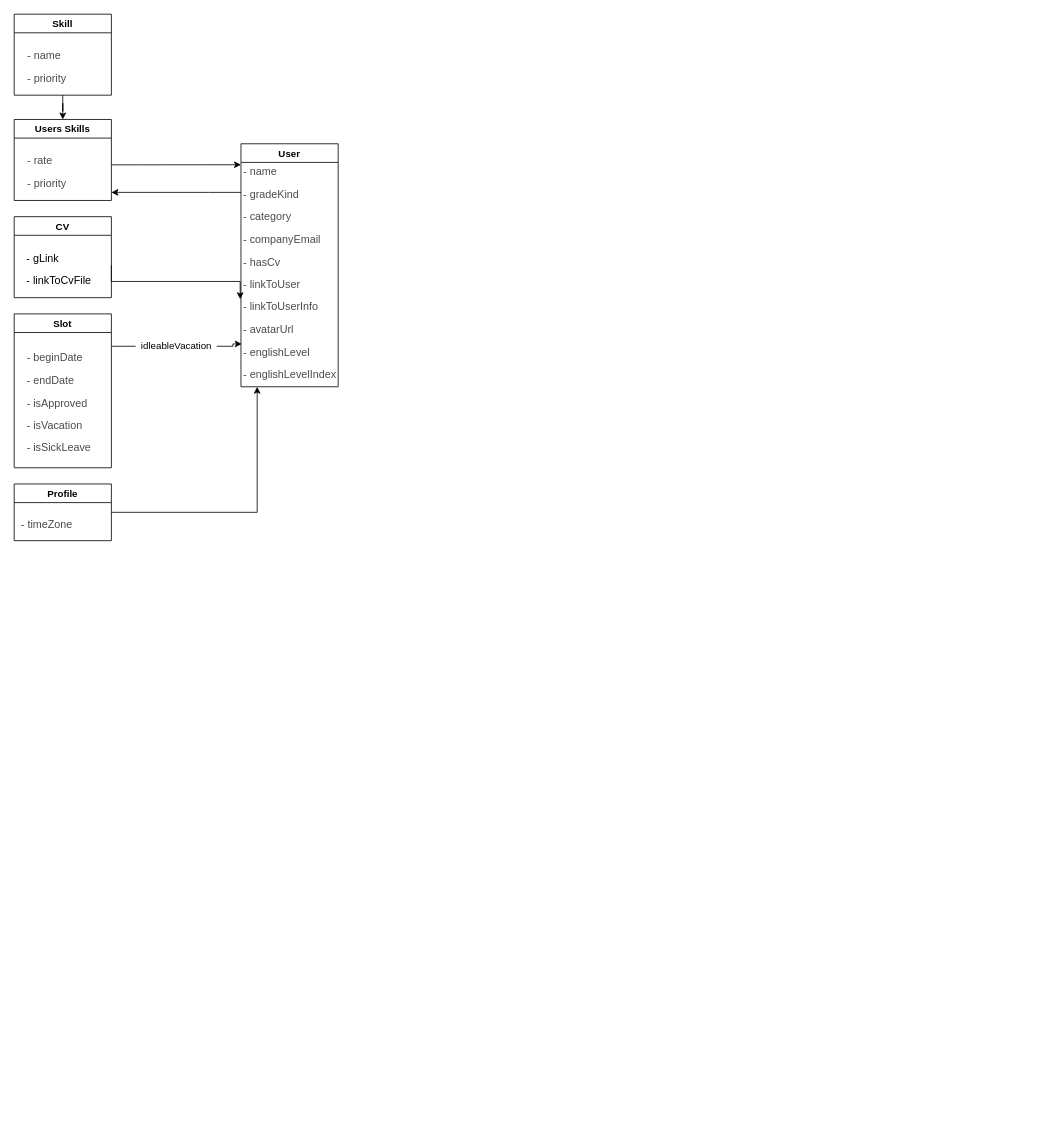
Before: idles/Untitled Diagram.drawio in Nats92/diagrams, a draw.io diagram. Source tidied: cells renumbered, new cells numbered last; positions are measured from the earlier drawing's top-left corner, leaving out a move shared by most shapes. Both pictures are drawn from the tidied source at 81%, with x=0, y=0 at pixel (14, 14).
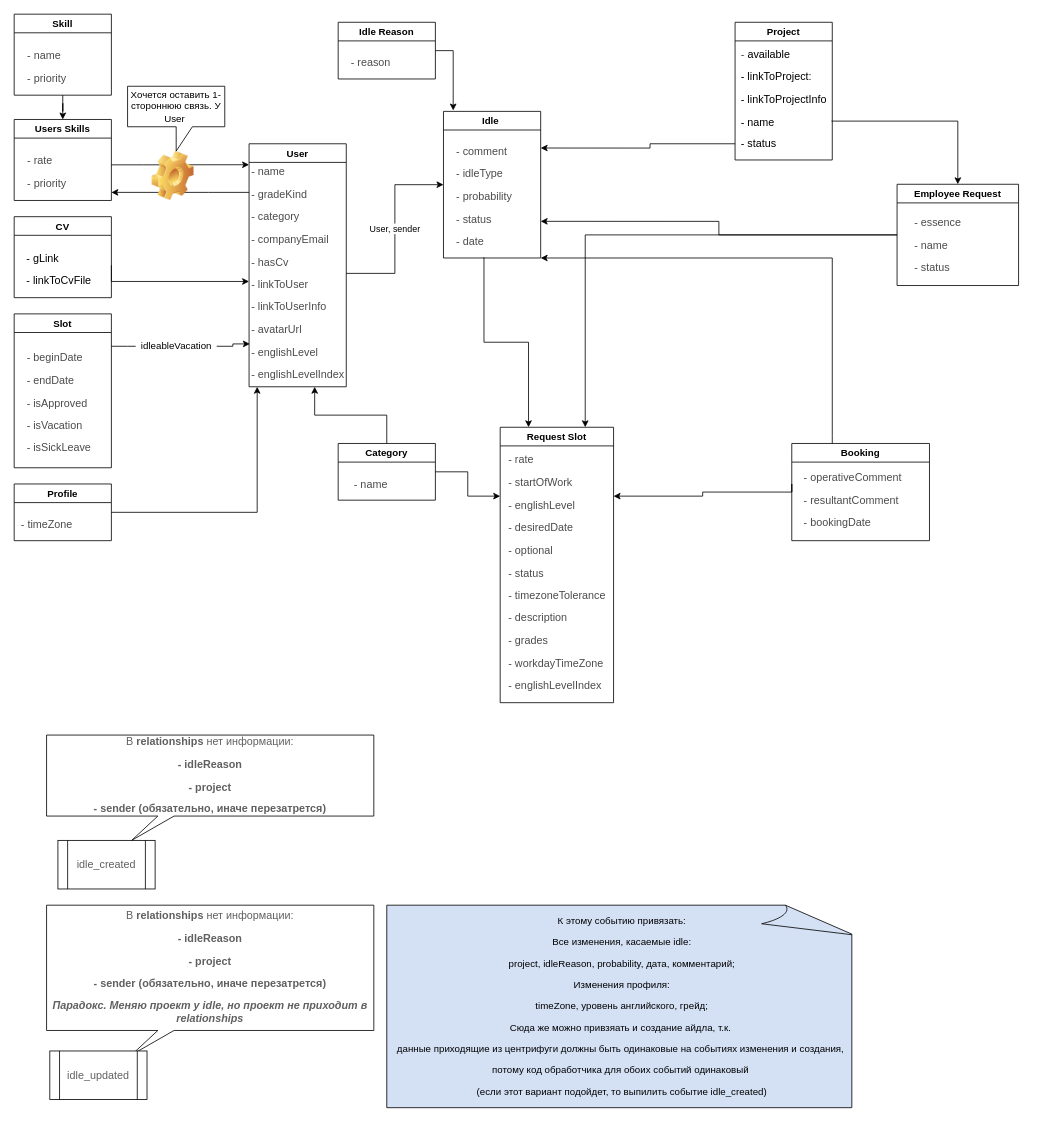
The same diagram, later.

Unchanged cells that the change refers to:
```xml
<mxCell id="20" value="&lt;p style=&quot;text-align: left;&quot;&gt;&lt;span style=&quot;font-family: noto_regular; color: rgb(75, 75, 75); font-size: 10pt;&quot;&gt;- name&lt;/span&gt;&lt;/p&gt;&lt;p style=&quot;text-align: left;&quot;&gt;&lt;span style=&quot;font-family: noto_regular; color: rgb(75, 75, 75); font-size: 10pt;&quot;&gt;- gradeKind&lt;/span&gt;&lt;/p&gt;&lt;p style=&quot;text-align: left;&quot;&gt;&lt;span style=&quot;font-family: noto_regular; color: rgb(75, 75, 75); font-size: 10pt;&quot;&gt;- category&lt;/span&gt;&lt;/p&gt;&lt;p style=&quot;text-align: left;&quot;&gt;&lt;span style=&quot;font-family: noto_regular; color: rgb(75, 75, 75); font-size: 10pt;&quot;&gt;- companyEmail&lt;/span&gt;&lt;/p&gt;&lt;p style=&quot;text-align: left;&quot;&gt;&lt;span style=&quot;font-family: noto_regular; color: rgb(75, 75, 75); font-size: 10pt;&quot;&gt;- hasCv&lt;/span&gt;&lt;/p&gt;&lt;p style=&quot;text-align: left;&quot;&gt;&lt;span style=&quot;font-family: noto_regular; color: rgb(75, 75, 75); font-size: 10pt;&quot;&gt;- linkToUser&lt;/span&gt;&lt;/p&gt;&lt;p style=&quot;text-align: left;&quot;&gt;&lt;span style=&quot;font-family: noto_regular; color: rgb(75, 75, 75); font-size: 10pt;&quot;&gt;- linkToUserInfo&lt;/span&gt;&lt;/p&gt;&lt;p style=&quot;text-align: left;&quot;&gt;&lt;span style=&quot;font-family: noto_regular; color: rgb(75, 75, 75); font-size: 10pt;&quot;&gt;- avatarUrl&lt;/span&gt;&lt;/p&gt;&lt;p style=&quot;text-align: left;&quot;&gt;&lt;span style=&quot;font-family: noto_regular; color: rgb(75, 75, 75); font-size: 10pt;&quot;&gt;- englishLevel&lt;/span&gt;&lt;/p&gt;&lt;p style=&quot;text-align: left;&quot;&gt;&lt;span style=&quot;font-family: noto_regular; color: rgb(75, 75, 75); font-size: 10pt;&quot;&gt;- englishLevelIndex&lt;/span&gt;&lt;/p&gt;" style="text;html=1;align=center;verticalAlign=middle;points=[];strokeColor=none;fillColor=none;" parent="18" vertex="1">
  <mxGeometry y="20" width="120" height="280" as="geometry" />
</mxCell>
```

What changed in the source:
```diff
@@
-    <mxCell id="17" style="edgeStyle=orthogonalEdgeStyle;rounded=0;jettySize=auto;html=1;entryX=-0.008;entryY=0.614;entryDx=0;entryDy=0;entryPerimeter=0;" parent="1" edge="1" target="20">
+    <mxCell id="17" style="edgeStyle=orthogonalEdgeStyle;rounded=0;jettySize=auto;html=1;" parent="1" edge="1" target="20">
       <mxGeometry relative="1" as="geometry">
         <mxPoint x="120" y="310" as="sourcePoint" />
         <Array as="points">
           <mxPoint x="120" y="330" />
-          <mxPoint x="279" y="330" />
         </Array>
       </mxGeometry>
     </mxCell>
     <mxCell id="18" style="group;" parent="1" vertex="1">
-      <mxGeometry x="280" y="160" width="120" height="300" as="geometry" />
+      <mxGeometry x="290" y="160" width="120" height="300" as="geometry" />
     </mxCell>
@@
+    <mxCell id="23" style="shape=image;html=1;verticalLabelPosition=bottom;verticalAlign=top;imageAspect=1;image=img/clipart/Gear_128x128.png;" parent="1" vertex="1">
+      <mxGeometry x="170" y="169" width="52" height="61" as="geometry" />
+    </mxCell>
+    <mxCell id="24" value="&lt;span style=&quot;&quot;&gt;Хочется оставить 1-стороннюю связь. У User&amp;nbsp;&lt;/span&gt;" style="shape=callout;whiteSpace=wrap;html=1;perimeter=calloutPerimeter;" parent="1" vertex="1">
+      <mxGeometry x="140" y="89" width="120" height="80" as="geometry" />
+    </mxCell>
+    <mxCell id="25" style="edgeStyle=orthogonalEdgeStyle;rounded=0;jettySize=auto;html=1;entryX=0.1;entryY=-0.006;entryDx=0;entryDy=0;entryPerimeter=0;" parent="1" edge="1" source="26" target="32">
+      <mxGeometry relative="1" as="geometry" />
+    </mxCell>
+    <mxCell id="26" value="Idle Reason" style="swimlane;" parent="1" vertex="1">
+      <mxGeometry x="400" y="10" width="120" height="70" as="geometry" />
+    </mxCell>
+    <mxCell id="27" value="&lt;p style=&quot;text-align: left;&quot;&gt;&lt;font face=&quot;noto_regular&quot; color=&quot;#4b4b4b&quot;&gt;&lt;span style=&quot;font-size: 13.3333px;&quot;&gt;- reason&lt;/span&gt;&lt;/font&gt;&lt;/p&gt;" style="text;html=1;align=center;verticalAlign=middle;strokeColor=none;fillColor=none;" parent="26" vertex="1">
+      <mxGeometry x="10" y="30" width="60" height="40" as="geometry" />
+    </mxCell>
+    <mxCell id="28" style="edgeStyle=orthogonalEdgeStyle;rounded=0;jettySize=auto;html=1;entryX=0.675;entryY=1;entryDx=0;entryDy=0;entryPerimeter=0;" parent="1" edge="1" source="30" target="20">
+      <mxGeometry relative="1" as="geometry" />
+    </mxCell>
+    <mxCell id="29" style="edgeStyle=orthogonalEdgeStyle;rounded=0;jettySize=auto;html=1;entryX=0;entryY=0.25;entryDx=0;entryDy=0;" parent="1" edge="1" source="30" target="35">
+      <mxGeometry relative="1" as="geometry" />
+    </mxCell>
+    <mxCell id="30" value="Category" style="swimlane;" parent="1" vertex="1">
+      <mxGeometry x="400" y="530" width="120" height="70" as="geometry" />
+    </mxCell>
+    <mxCell id="31" value="&lt;p style=&quot;text-align: left;&quot;&gt;&lt;font face=&quot;noto_regular&quot; color=&quot;#4b4b4b&quot;&gt;&lt;span style=&quot;font-size: 13.3333px;&quot;&gt;- name&lt;/span&gt;&lt;/font&gt;&lt;/p&gt;" style="text;html=1;align=center;verticalAlign=middle;strokeColor=none;fillColor=none;" parent="30" vertex="1">
+      <mxGeometry x="15" y="30" width="50" height="40" as="geometry" />
+    </mxCell>
+    <mxCell id="32" value="Idle " style="swimlane;" parent="1" vertex="1">
+      <mxGeometry x="530" y="120" width="120" height="181" as="geometry" />
+    </mxCell>
+    <mxCell id="33" value="&lt;p style=&quot;text-align: left;&quot;&gt;&lt;span style=&quot;font-family: noto_regular; color: rgb(75, 75, 75); font-size: 10pt;&quot;&gt;- comment&lt;/span&gt;&lt;/p&gt;&lt;p style=&quot;text-align: left;&quot;&gt;&lt;span style=&quot;font-family: noto_regular; color: rgb(75, 75, 75); font-size: 10pt;&quot;&gt;- idleType&lt;/span&gt;&lt;/p&gt;&lt;p style=&quot;text-align: left;&quot;&gt;&lt;span style=&quot;font-family: noto_regular; color: rgb(75, 75, 75); font-size: 10pt;&quot;&gt;- probability&lt;/span&gt;&lt;/p&gt;&lt;p style=&quot;text-align: left;&quot;&gt;&lt;span style=&quot;font-family: noto_regular; color: rgb(75, 75, 75); font-size: 10pt;&quot;&gt;- status&lt;/span&gt;&lt;/p&gt;&lt;p style=&quot;text-align: left;&quot;&gt;&lt;span style=&quot;font-family: noto_regular; color: rgb(75, 75, 75); font-size: 10pt;&quot;&gt;- date&lt;/span&gt;&lt;/p&gt;" style="text;html=1;align=center;verticalAlign=middle;points=[];strokeColor=none;fillColor=none;" parent="32" vertex="1">
+      <mxGeometry x="10" y="30" width="80" height="150" as="geometry" />
+    </mxCell>
+    <mxCell id="34" value="User, sender" style="edgeStyle=orthogonalEdgeStyle;rounded=0;jettySize=auto;html=1;entryX=0;entryY=0.5;entryDx=0;entryDy=0;" parent="1" edge="1" source="20" target="32">
+      <mxGeometry relative="1" as="geometry" />
+    </mxCell>
+    <mxCell id="35" value="Request Slot" style="swimlane;" parent="1" vertex="1">
+      <mxGeometry x="600" y="510" width="140" height="340" as="geometry" />
+    </mxCell>
+    <mxCell id="36" value="&lt;p style=&quot;text-align: left;&quot;&gt;&lt;span style=&quot;font-family: noto_regular; color: rgb(75, 75, 75); font-size: 10pt;&quot;&gt;- rate &lt;/span&gt;&lt;/p&gt;&lt;p style=&quot;text-align: left;&quot;&gt;&lt;span style=&quot;font-family: noto_regular; color: rgb(75, 75, 75); font-size: 10pt;&quot;&gt;- startOfWork&lt;/span&gt;&lt;/p&gt;&lt;p style=&quot;text-align: left;&quot;&gt;&lt;span style=&quot;font-family: noto_regular; color: rgb(75, 75, 75); font-size: 10pt;&quot;&gt;- englishLevel &lt;/span&gt;&lt;/p&gt;&lt;p style=&quot;text-align: left;&quot;&gt;&lt;span style=&quot;font-family: noto_regular; color: rgb(75, 75, 75); font-size: 10pt;&quot;&gt;- desiredDate &lt;/span&gt;&lt;/p&gt;&lt;p style=&quot;text-align: left;&quot;&gt;&lt;span style=&quot;font-family: noto_regular; color: rgb(75, 75, 75); font-size: 10pt;&quot;&gt;- optional&lt;/span&gt;&lt;/p&gt;&lt;p style=&quot;text-align: left;&quot;&gt;&lt;span style=&quot;font-family: noto_regular; color: rgb(75, 75, 75); font-size: 10pt;&quot;&gt;- status &lt;/span&gt;&lt;/p&gt;&lt;p style=&quot;text-align: left;&quot;&gt;&lt;span style=&quot;font-family: noto_regular; color: rgb(75, 75, 75); font-size: 10pt;&quot;&gt;- timezoneTolerance&lt;/span&gt;&lt;/p&gt;&lt;p style=&quot;text-align: left;&quot;&gt;&lt;span style=&quot;font-family: noto_regular; color: rgb(75, 75, 75); font-size: 10pt;&quot;&gt;- description&lt;/span&gt;&lt;/p&gt;&lt;p style=&quot;text-align: left;&quot;&gt;&lt;span style=&quot;font-family: noto_regular; color: rgb(75, 75, 75); font-size: 10pt;&quot;&gt;- grades &lt;/span&gt;&lt;/p&gt;&lt;p style=&quot;text-align: left;&quot;&gt;&lt;span style=&quot;font-family: noto_regular; color: rgb(75, 75, 75); font-size: 10pt;&quot;&gt;- workdayTimeZone &lt;/span&gt;&lt;/p&gt;&lt;p style=&quot;text-align: left;&quot;&gt;&lt;span style=&quot;font-family: noto_regular; color: rgb(75, 75, 75); font-size: 10pt;&quot;&gt;- englishLevelIndex&lt;/span&gt;&lt;/p&gt;" style="text;html=1;align=center;verticalAlign=middle;strokeColor=none;fillColor=none;" parent="35" vertex="1">
+      <mxGeometry x="10" y="30" width="120" height="300" as="geometry" />
+    </mxCell>
+    <mxCell id="37" style="edgeStyle=orthogonalEdgeStyle;rounded=0;jettySize=auto;html=1;entryX=0.25;entryY=0;entryDx=0;entryDy=0;" parent="1" edge="1" source="33" target="35">
+      <mxGeometry relative="1" as="geometry" />
+    </mxCell>
+    <mxCell id="38" value="Project" style="swimlane;startSize=23;" parent="1" vertex="1">
+      <mxGeometry x="890" y="10" width="120" height="170" as="geometry" />
+    </mxCell>
+    <mxCell id="39" value="&lt;p style=&quot;text-align: left;&quot;&gt;&lt;span style=&quot;font-family: noto_regular; color: rgb(75, 75, 75); font-size: 10pt;&quot;&gt;- &lt;/span&gt;&lt;span style=&quot;font-family: noto_regular; color: var(--color-syntax-2); font-size: 10pt;&quot;&gt;available&lt;/span&gt;&lt;/p&gt;&lt;p style=&quot;text-align: left;&quot;&gt;&lt;span style=&quot;font-family: noto_regular; color: var(--color-syntax-2); font-size: 10pt;&quot;&gt;- linkToProject&lt;/span&gt;&lt;span style=&quot;font-family: noto_regular; color: rgb(32, 33, 36); font-size: 10pt;&quot;&gt;:&lt;/span&gt;&lt;/p&gt;&lt;p style=&quot;text-align: left;&quot;&gt;&lt;span style=&quot;font-family: noto_regular; color: var(--color-syntax-2); font-size: 10pt;&quot;&gt;- linkToProjectInfo&lt;/span&gt;&lt;/p&gt;&lt;p style=&quot;text-align: left;&quot;&gt;&lt;span style=&quot;font-family: noto_regular; color: var(--color-syntax-2); font-size: 10pt;&quot;&gt;- name&lt;/span&gt;&lt;/p&gt;&lt;p style=&quot;text-align: left;&quot;&gt;&lt;span style=&quot;font-family: noto_regular; color: var(--color-syntax-2); font-size: 10pt;&quot;&gt;- status&lt;/span&gt;&lt;/p&gt;" style="text;html=1;align=center;verticalAlign=middle;points=[];strokeColor=none;fillColor=none;" parent="38" vertex="1">
+      <mxGeometry y="20" width="120" height="150" as="geometry" />
+    </mxCell>
+    <mxCell id="40" style="edgeStyle=orthogonalEdgeStyle;rounded=0;jettySize=auto;html=1;entryX=1;entryY=0.25;entryDx=0;entryDy=0;" parent="1" edge="1" source="39" target="32">
+      <mxGeometry relative="1" as="geometry">
+        <Array as="points">
+          <mxPoint x="785" y="160" />
+          <mxPoint x="785" y="165" />
+        </Array>
+      </mxGeometry>
+    </mxCell>
+    <mxCell id="41" style="edgeStyle=orthogonalEdgeStyle;rounded=0;jettySize=auto;html=1;entryX=1;entryY=0.75;entryDx=0;entryDy=0;" parent="1" edge="1" source="43" target="32">
+      <mxGeometry relative="1" as="geometry" />
+    </mxCell>
+    <mxCell id="42" style="edgeStyle=orthogonalEdgeStyle;rounded=0;jettySize=auto;html=1;entryX=0.75;entryY=0;entryDx=0;entryDy=0;" parent="1" edge="1" source="43" target="35">
+      <mxGeometry relative="1" as="geometry" />
+    </mxCell>
+    <mxCell id="43" value="Employee Request" style="swimlane;startSize=23;" parent="1" vertex="1">
+      <mxGeometry x="1090" y="210" width="150" height="125" as="geometry" />
+    </mxCell>
+    <mxCell id="44" value="&lt;p style=&quot;text-align: left;&quot;&gt;&lt;span style=&quot;font-family: noto_regular; color: rgb(75, 75, 75); font-size: 10pt;&quot;&gt;- essence&lt;/span&gt;&lt;/p&gt;&lt;p style=&quot;text-align: left;&quot;&gt;&lt;span style=&quot;font-family: noto_regular; color: rgb(75, 75, 75); font-size: 10pt;&quot;&gt;- name&lt;/span&gt;&lt;/p&gt;&lt;p style=&quot;text-align: left;&quot;&gt;&lt;span style=&quot;font-family: noto_regular; color: rgb(75, 75, 75); font-size: 10pt;&quot;&gt;- status&lt;/span&gt;&lt;/p&gt;" style="text;html=1;align=center;verticalAlign=middle;strokeColor=none;fillColor=none;" parent="43" vertex="1">
+      <mxGeometry x="20" y="25" width="60" height="100" as="geometry" />
+    </mxCell>
+    <mxCell id="45" style="edgeStyle=orthogonalEdgeStyle;rounded=0;jettySize=auto;html=1;exitX=0.992;exitY=0.68;exitDx=0;exitDy=0;exitPerimeter=0;" parent="1" edge="1" source="39" target="43">
+      <mxGeometry relative="1" as="geometry" />
+    </mxCell>
+    <mxCell id="46" style="edgeStyle=orthogonalEdgeStyle;rounded=0;jettySize=auto;html=1;entryX=1;entryY=1;entryDx=0;entryDy=0;" parent="1" edge="1" source="47" target="32">
+      <mxGeometry relative="1" as="geometry">
+        <Array as="points">
+          <mxPoint x="1010" y="520" />
+          <mxPoint x="1010" y="301" />
+        </Array>
+      </mxGeometry>
+    </mxCell>
+    <mxCell id="47" value="Booking" style="swimlane;startSize=23;" parent="1" vertex="1">
+      <mxGeometry x="960" y="530" width="170" height="120" as="geometry" />
+    </mxCell>
+    <mxCell id="48" value="&lt;p style=&quot;text-align: left;&quot;&gt;&lt;span style=&quot;font-family: noto_regular; color: rgb(75, 75, 75); font-size: 10pt;&quot;&gt;- operativeComment &lt;/span&gt;&lt;/p&gt;&lt;p style=&quot;text-align: left;&quot;&gt;&lt;span style=&quot;font-family: noto_regular; color: rgb(75, 75, 75); font-size: 10pt;&quot;&gt;- resultantComment &lt;/span&gt;&lt;/p&gt;&lt;p style=&quot;text-align: left;&quot;&gt;&lt;span style=&quot;font-family: noto_regular; color: rgb(75, 75, 75); font-size: 10pt;&quot;&gt;- bookingDate&lt;/span&gt;&lt;/p&gt;" style="text;html=1;align=center;verticalAlign=middle;strokeColor=none;fillColor=none;" parent="47" vertex="1">
+      <mxGeometry x="10" y="20" width="130" height="100" as="geometry" />
+    </mxCell>
+    <mxCell id="49" style="edgeStyle=orthogonalEdgeStyle;rounded=0;jettySize=auto;html=1;entryX=1;entryY=0.25;entryDx=0;entryDy=0;exitX=0;exitY=0.5;exitDx=0;exitDy=0;" parent="1" edge="1" source="47" target="35">
+      <mxGeometry relative="1" as="geometry">
+        <Array as="points">
+          <mxPoint x="960" y="580" />
+          <mxPoint x="960" y="590" />
+          <mxPoint x="850" y="590" />
+          <mxPoint x="850" y="595" />
+        </Array>
+      </mxGeometry>
+    </mxCell>
+    <mxCell id="50" style="group;" parent="1" vertex="1">
+      <mxGeometry x="40" y="890" width="404" height="190" as="geometry" />
+    </mxCell>
+    <mxCell id="51" value="&lt;span style=&quot;font-family: noto_regular; color: rgb(96, 96, 96); font-size: 10pt;&quot;&gt;idle_created&lt;/span&gt;" style="shape=process;whiteSpace=wrap;html=1;backgroundOutline=1;" parent="50" vertex="1">
+      <mxGeometry x="14" y="130" width="120" height="60" as="geometry" />
+    </mxCell>
+    <mxCell id="52" value="&lt;p&gt;&lt;span style=&quot;font-family: noto_regular; color: rgb(96, 96, 96); font-size: 10pt;&quot;&gt;В &lt;/span&gt;&lt;strong style=&quot;font-family: noto_regular; color: rgb(96, 96, 96); font-size: 10pt;&quot;&gt;relationships&lt;/strong&gt;&lt;span style=&quot;font-family: noto_regular; color: rgb(96, 96, 96); font-size: 10pt;&quot;&gt; нет информации:&lt;/span&gt;&lt;/p&gt;&lt;p&gt;&lt;strong style=&quot;font-family: noto_regular; color: rgb(96, 96, 96); font-size: 10pt;&quot;&gt;- idleReason&lt;/strong&gt;&lt;/p&gt;&lt;p&gt;&lt;strong style=&quot;font-family: noto_regular; color: rgb(96, 96, 96); font-size: 10pt;&quot;&gt;- project&lt;/strong&gt;&lt;/p&gt;&lt;p&gt;&lt;strong style=&quot;font-family: noto_regular; color: rgb(96, 96, 96); font-size: 10pt;&quot;&gt;- sender (обязательно, иначе перезатрется)&lt;/strong&gt;&lt;/p&gt;" style="shape=callout;whiteSpace=wrap;html=1;perimeter=calloutPerimeter;size=30;position=0.34;position2=0.26;base=20;" parent="50" vertex="1">
+      <mxGeometry width="404" height="130" as="geometry" />
+    </mxCell>
+    <mxCell id="53" style="group;" parent="1" vertex="1">
+      <mxGeometry x="30" y="1100" width="1240" height="270" as="geometry" />
+    </mxCell>
+    <mxCell id="54" style="group;" parent="53" vertex="1">
+      <mxGeometry width="1240" height="270" as="geometry" />
+    </mxCell>
+    <mxCell id="55" style="group;fillColor=none;" parent="54" vertex="1">
+      <mxGeometry x="10" width="1000" height="250" as="geometry" />
+    </mxCell>
+    <mxCell id="56" value="&lt;p&gt;&lt;span style=&quot;font-family: noto_regular; color: rgb(96, 96, 96); font-size: 10pt;&quot;&gt;В &lt;/span&gt;&lt;strong style=&quot;font-family: noto_regular; color: rgb(96, 96, 96); font-size: 10pt;&quot;&gt;relationships&lt;/strong&gt;&lt;span style=&quot;font-family: noto_regular; color: rgb(96, 96, 96); font-size: 10pt;&quot;&gt; нет информации:&lt;/span&gt;&lt;/p&gt;&lt;p&gt;&lt;strong style=&quot;font-family: noto_regular; color: rgb(96, 96, 96); font-size: 10pt;&quot;&gt;- idleReason&lt;/strong&gt;&lt;/p&gt;&lt;p&gt;&lt;strong style=&quot;font-family: noto_regular; color: rgb(96, 96, 96); font-size: 10pt;&quot;&gt;- project&lt;/strong&gt;&lt;/p&gt;&lt;p&gt;&lt;strong style=&quot;font-family: noto_regular; color: rgb(96, 96, 96); font-size: 10pt;&quot;&gt;- sender (обязательно, иначе перезатрется)&lt;/strong&gt;&lt;/p&gt;&lt;p&gt;&lt;strong style=&quot;font-family: noto_regular; color: rgb(96, 96, 96); font-size: 10pt;&quot;&gt;&lt;/strong&gt;&lt;/p&gt;&lt;p&gt;&lt;strong style=&quot;font-family: noto_regular; color: rgb(96, 96, 96); font-size: 10pt;&quot;&gt;&lt;em&gt;Парадокс. Меняю проект у idle, но проект не приходит в relationships&lt;/em&gt;&lt;/strong&gt;&lt;/p&gt;" style="shape=callout;whiteSpace=wrap;html=1;perimeter=calloutPerimeter;size=30;position=0.34;position2=0.26;base=20;" parent="55" vertex="1">
+      <mxGeometry width="404" height="184.7" as="geometry" />
+    </mxCell>
+    <mxCell id="57" style="group;fillColor=none;" parent="55" vertex="1">
+      <mxGeometry x="420" width="580" height="250" as="geometry" />
+    </mxCell>
+    <mxCell id="58" style="whiteSpace=wrap;html=1;shape=mxgraph.basic.document;fillColor=#D4E1F5;" parent="57" vertex="1">
+      <mxGeometry width="580" height="250" as="geometry" />
+    </mxCell>
+    <mxCell id="59" value="&lt;p&gt;К этому событию привязать:&lt;/p&gt;&lt;p&gt;Все изменения, касаемые idle:&lt;/p&gt;&lt;p&gt;project, idleReason, probability, дата, комментарий;&lt;/p&gt;&lt;p&gt;Изменения профиля:&lt;/p&gt;&lt;p&gt;timeZone, уровень английского, грейд;&lt;/p&gt;&lt;p&gt;Сюда же можно привзяать и создание айдла, т.к.&amp;nbsp;&lt;/p&gt;&lt;p&gt;данные приходящие из центрифуги должны быть одинаковые на событиях изменения и создания,&amp;nbsp;&lt;/p&gt;&lt;p&gt;потому код обработчика для обоих событий одинаковый&amp;nbsp;&lt;/p&gt;&lt;p&gt;(если этот вариант подойдет, то выпилить событие idle_created)&lt;/p&gt;" style="text;html=1;align=center;verticalAlign=middle;fillColor=none;strokeColor=none;rounded=0;" parent="57" vertex="1">
+      <mxGeometry x="5" width="570" height="250" as="geometry" />
+    </mxCell>
+    <mxCell id="60" value="&lt;span style=&quot;font-family: noto_regular; color: rgb(96, 96, 96); font-size: 10pt;&quot;&gt;idle_updated&lt;/span&gt;" style="shape=process;whiteSpace=wrap;html=1;backgroundOutline=1;" parent="53" vertex="1">
+      <mxGeometry x="14" y="180" width="120" height="60" as="geometry" />
+    </mxCell>
```
